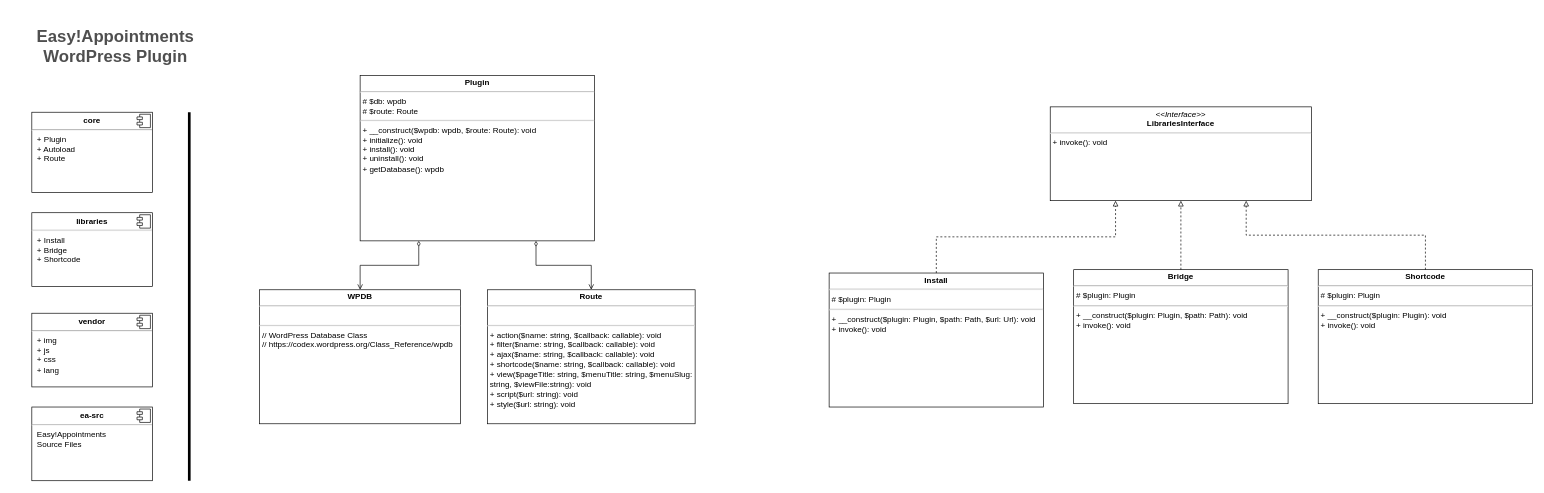
Above: doc/class-diagram.drawio.xml in alextselegidis/easyappointments-wordpress (draw.io), before the change. Source tidied: cells renumbered, new cells numbered last; positions are measured from the earlier drawing's top-left corner, leaving out a move shared by most shapes. Both pictures are drawn from the tidied source at 67%, with x=0, y=0 at pixel (11, 11).
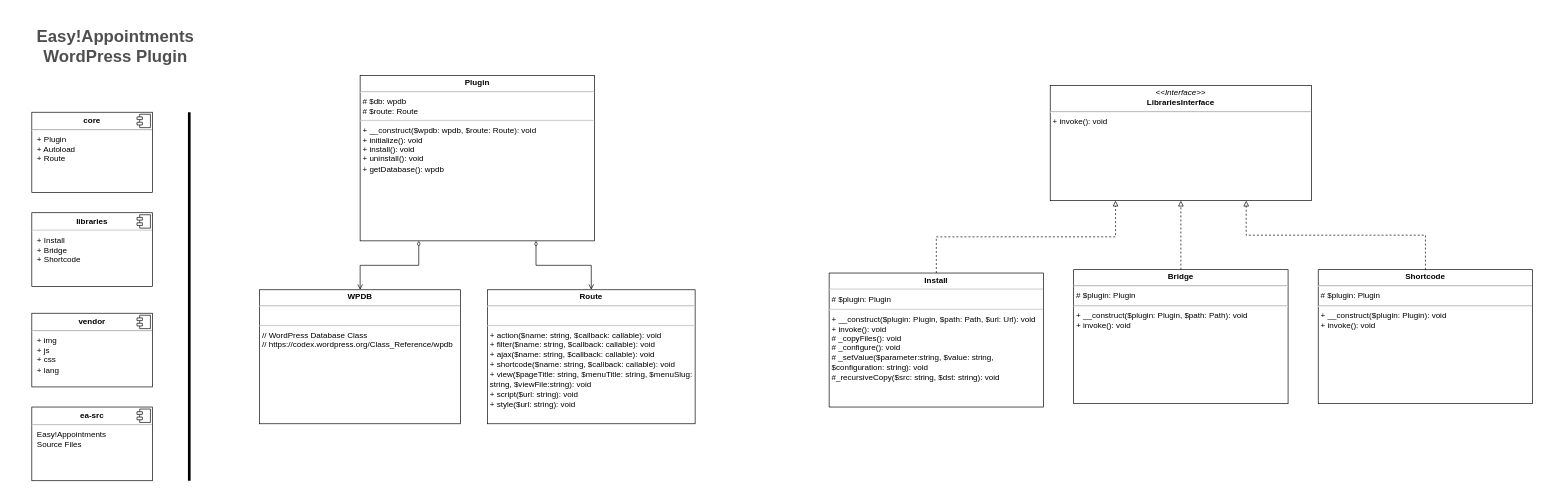
The same page after the edit.

Commit message (it also covers changes not shown here):
Completed Install Operation

Diff of the diagram source:
```diff
@@
-    <mxCell id="13" value="&lt;p style=&quot;margin: 0px ; margin-top: 4px ; text-align: center&quot;&gt;&lt;b&gt;Install&lt;/b&gt;&lt;/p&gt;&lt;hr&gt;&lt;p style=&quot;margin: 0px ; margin-left: 4px&quot;&gt;&lt;span style=&quot;line-height: 15.1199998855591px&quot;&gt;# $plugin: Plugin&lt;/span&gt;&lt;br&gt;&lt;/p&gt;&lt;hr&gt;&lt;p style=&quot;margin: 0px ; margin-left: 4px&quot;&gt;+ __construct($plugin: Plugin, $path: Path, $url: Url&lt;span style=&quot;line-height: 1.26&quot;&gt;): void&lt;/span&gt;&lt;/p&gt;&lt;p style=&quot;margin: 0px ; margin-left: 4px&quot;&gt;+ invoke(): void&lt;/p&gt;" style="verticalAlign=top;align=left;overflow=fill;fontSize=12;fontFamily=Helvetica;html=1;whiteSpace=wrap;" parent="1" vertex="1">
+    <mxCell id="13" value="&lt;p style=&quot;margin: 0px ; margin-top: 4px ; text-align: center&quot;&gt;&lt;b&gt;Install&lt;/b&gt;&lt;/p&gt;&lt;hr&gt;&lt;p style=&quot;margin: 0px ; margin-left: 4px&quot;&gt;&lt;span style=&quot;line-height: 15.1199998855591px&quot;&gt;# $plugin: Plugin&lt;/span&gt;&lt;br&gt;&lt;/p&gt;&lt;hr&gt;&lt;p style=&quot;margin: 0px ; margin-left: 4px&quot;&gt;+ __construct($plugin: Plugin, $path: Path, $url: Url&lt;span style=&quot;line-height: 1.26&quot;&gt;): void&lt;/span&gt;&lt;/p&gt;&lt;p style=&quot;margin: 0px ; margin-left: 4px&quot;&gt;+ invoke(): void&lt;/p&gt;&lt;p style=&quot;margin: 0px ; margin-left: 4px&quot;&gt;# _copyFiles(): void&lt;/p&gt;&lt;p style=&quot;margin: 0px ; margin-left: 4px&quot;&gt;# _configure(): void&lt;/p&gt;&lt;p style=&quot;margin: 0px ; margin-left: 4px&quot;&gt;# _setValue($parameter:string, $value: string, $configuration: string): void&lt;/p&gt;&lt;p style=&quot;margin: 0px ; margin-left: 4px&quot;&gt;#_recursiveCopy($src: string, $dst: string): void&lt;/p&gt;" style="verticalAlign=top;align=left;overflow=fill;fontSize=12;fontFamily=Helvetica;html=1;whiteSpace=wrap;" parent="1" vertex="1">
       <mxGeometry x="1220" y="390" width="320" height="200" as="geometry" />
     </mxCell>
@@
     <mxCell id="15" value="&lt;p style=&quot;margin: 0px ; margin-top: 4px ; text-align: center&quot;&gt;&lt;i&gt;&amp;lt;&amp;lt;Interface&amp;gt;&amp;gt;&lt;/i&gt;&lt;br&gt;&lt;b&gt;LibrariesInterface&lt;/b&gt;&lt;/p&gt;&lt;hr&gt;&lt;p style=&quot;margin: 0px ; margin-left: 4px&quot;&gt;&lt;/p&gt;&lt;p style=&quot;margin: 0px ; margin-left: 4px&quot;&gt;&lt;span style=&quot;line-height: 1.26&quot;&gt;+ invoke(): void&lt;/span&gt;&lt;br&gt;&lt;/p&gt;&lt;p style=&quot;margin: 0px ; margin-left: 4px&quot;&gt;&lt;br&gt;&lt;/p&gt;" style="verticalAlign=top;align=left;overflow=fill;fontSize=12;fontFamily=Helvetica;html=1;" parent="1" vertex="1">
-      <mxGeometry x="1550" y="142" width="390" height="140" as="geometry" />
+      <mxGeometry x="1550" y="110" width="390" height="172" as="geometry" />
     </mxCell>
```
